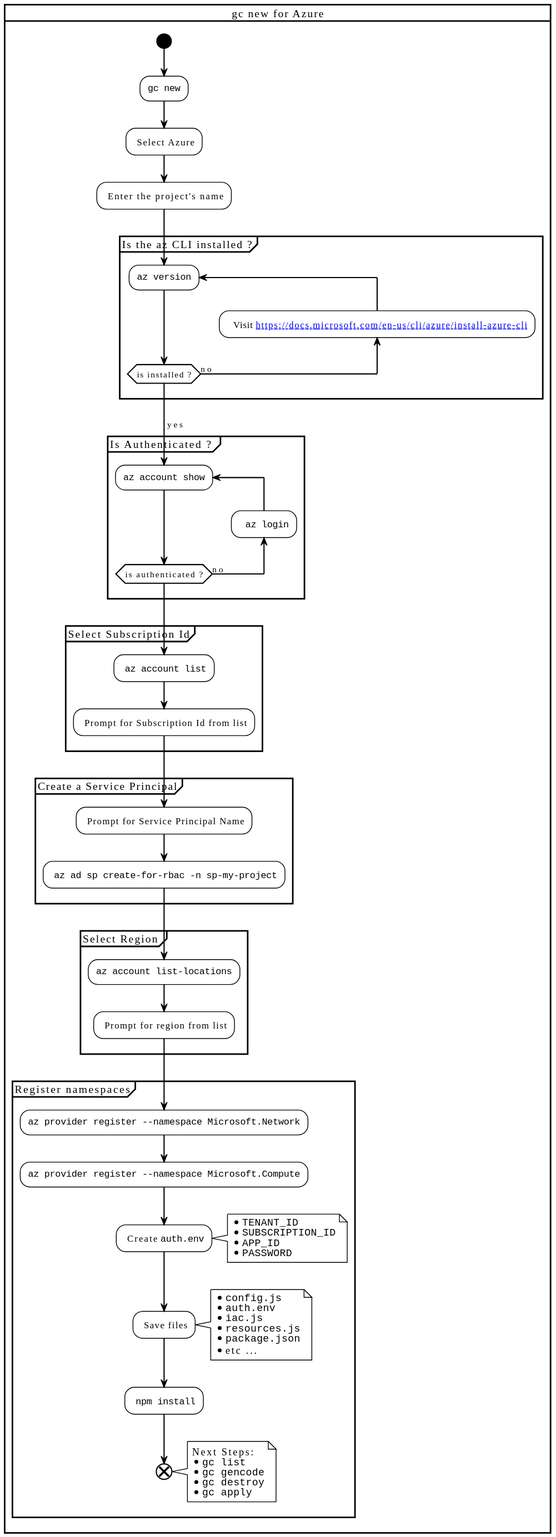
grucloud/grucloud keeps this PlantUML diagram as docusaurus/plantuml/gc-new-azure.svg. Above is the earlier version. Its diagram source:
```plantuml
@startuml gc-new-azure
!theme plain

skinparam svgLinkTarget _blank

card "gc new for Azure" {
start

:""gc new"";
: Select Azure;
: Enter the project's name;


partition "Is the az CLI installed ?" {
repeat :""az version"";
backward:  Visit [[https://docs.microsoft.com/en-us/cli/azure/install-azure-cli]];
repeat while (is installed ?) is (no)
->yes;
}

partition "Is Authenticated ? " {

repeat :""az account show"";
backward:  ""az login"";
repeat while (is authenticated ?) is (no)

}

partition "Select Subscription Id" {

: ""az account list"";
: Prompt for Subscription Id from list;
}

partition "Create a Service Principal" {
: Prompt for Service Principal Name;
: ""az ad sp create-for-rbac -n sp-my-project"";
}

partition "Select Region " {
  :""az account list-locations"";
: Prompt for region from list;
}

partition "Register namespaces" {
:""az provider register --namespace Microsoft.Network"";
:""az provider register --namespace Microsoft.Compute"";

: Create ""auth.env"";
note right
* ""TENANT_ID""
* ""SUBSCRIPTION_ID""
* ""APP_ID""
* ""PASSWORD""
end note

: Save files;
note right
* ""config.js""
* ""auth.env""
* ""iac.js""
* ""resources.js""
* ""package.json""
* etc ...
end note

: ""npm install"";
end

note right
Next Steps:
* ""gc list""
* ""gc gencode""
* ""gc destroy""
* ""gc apply""
end note

}
@enduml
```
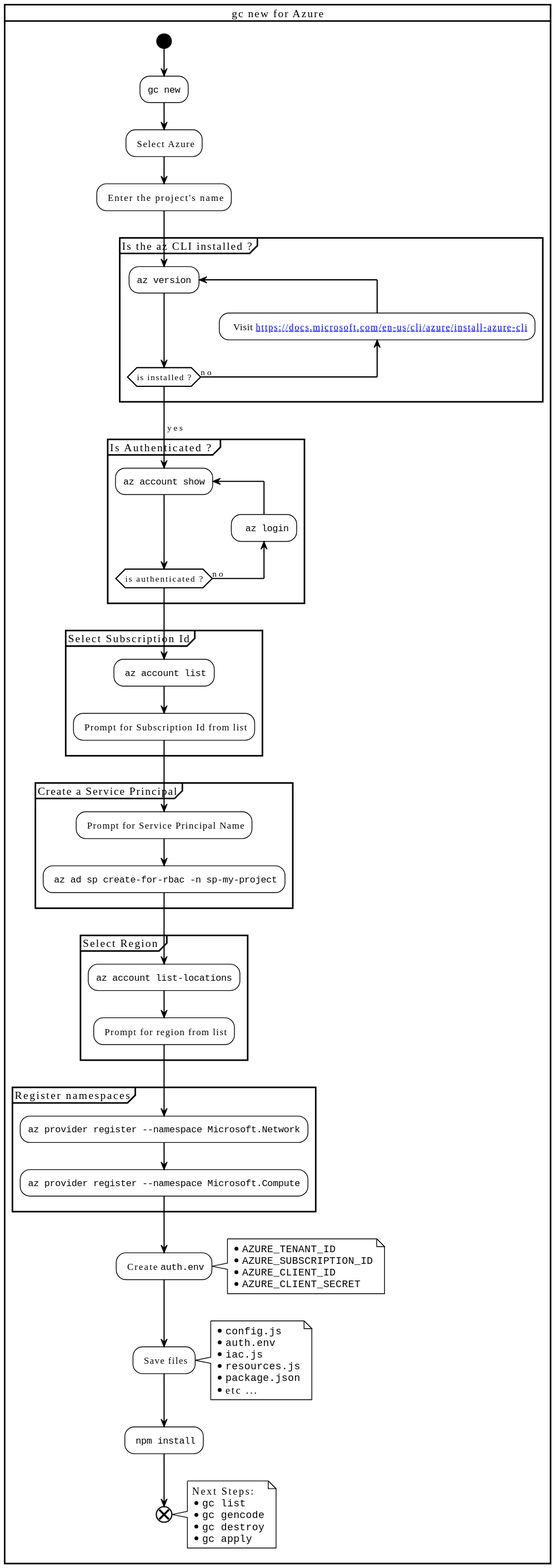
After the change.

Commit message:
update new azure env in puml

Diff of the diagram source:
```diff
@@ -45,13 +45,14 @@
 partition "Register namespaces" {
 :""az provider register --namespace Microsoft.Network"";
 :""az provider register --namespace Microsoft.Compute"";
+}
 
 : Create ""auth.env"";
 note right
-* ""TENANT_ID""
-* ""SUBSCRIPTION_ID""
-* ""APP_ID""
-* ""PASSWORD""
+* ""AZURE_TENANT_ID""
+* ""AZURE_SUBSCRIPTION_ID""
+* ""AZURE_CLIENT_ID""
+* ""AZURE_CLIENT_SECRET""
 end note
 
 : Save files;
```
